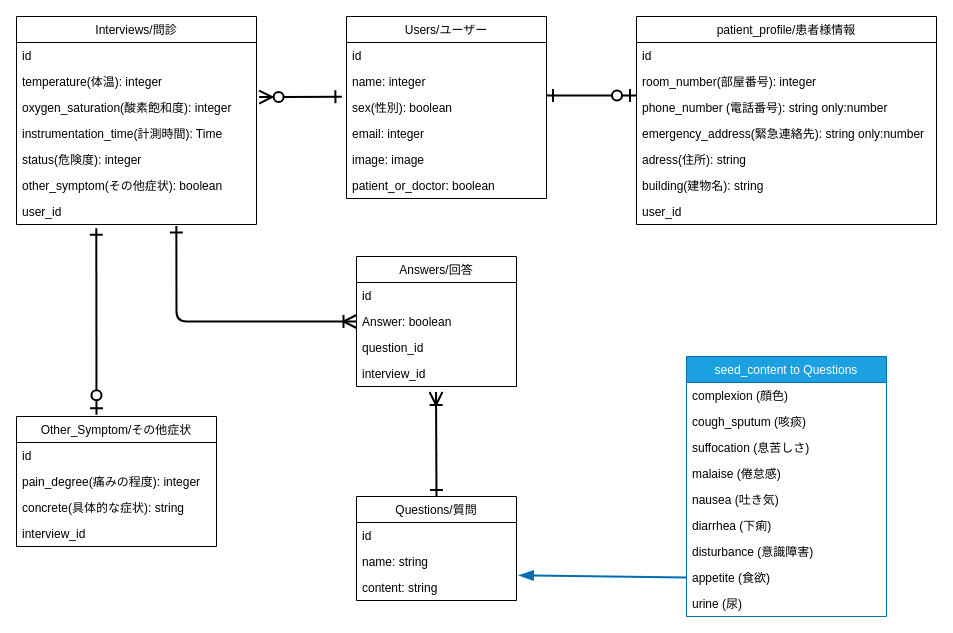
Above: README参考資料/er図.drawio in wakametarou/COVID-MGR (draw.io), before the change. Source tidied: cells renumbered, new cells numbered last; positions are measured from the earlier drawing's top-left corner, leaving out a move shared by most shapes. Both pictures are drawn from the tidied source at 100%, with x=0, y=0 at pixel (16, 16).
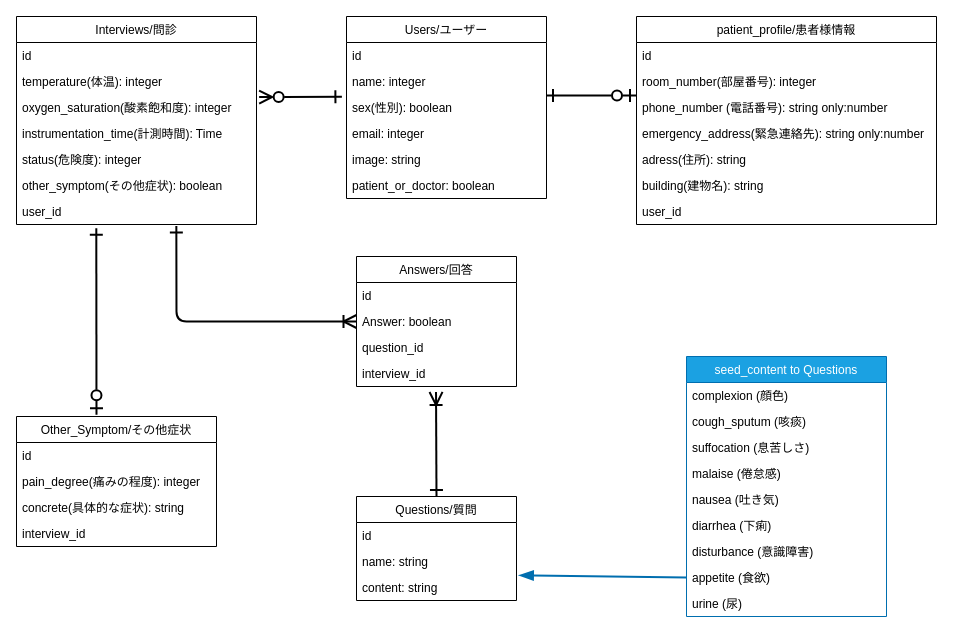
After the change.

The change refers to these unchanged cells:
```xml
<mxCell id="11" value="Users/ユーザー" style="swimlane;fontStyle=0;horizontal=1;startSize=26;" parent="1" vertex="1">
  <mxGeometry x="330" width="200" height="182" as="geometry" />
</mxCell>
```

Diff of the diagram source:
```diff
@@
-    <mxCell id="16" value="image: image" style="text;strokeColor=none;fillColor=none;align=left;verticalAlign=top;spacingLeft=4;spacingRight=4;overflow=hidden;" parent="11" vertex="1">
+    <mxCell id="16" value="image: string" style="text;strokeColor=none;fillColor=none;align=left;verticalAlign=top;spacingLeft=4;spacingRight=4;overflow=hidden;" parent="11" vertex="1">
       <mxGeometry y="130" width="200" height="26" as="geometry" />
     </mxCell>
```
